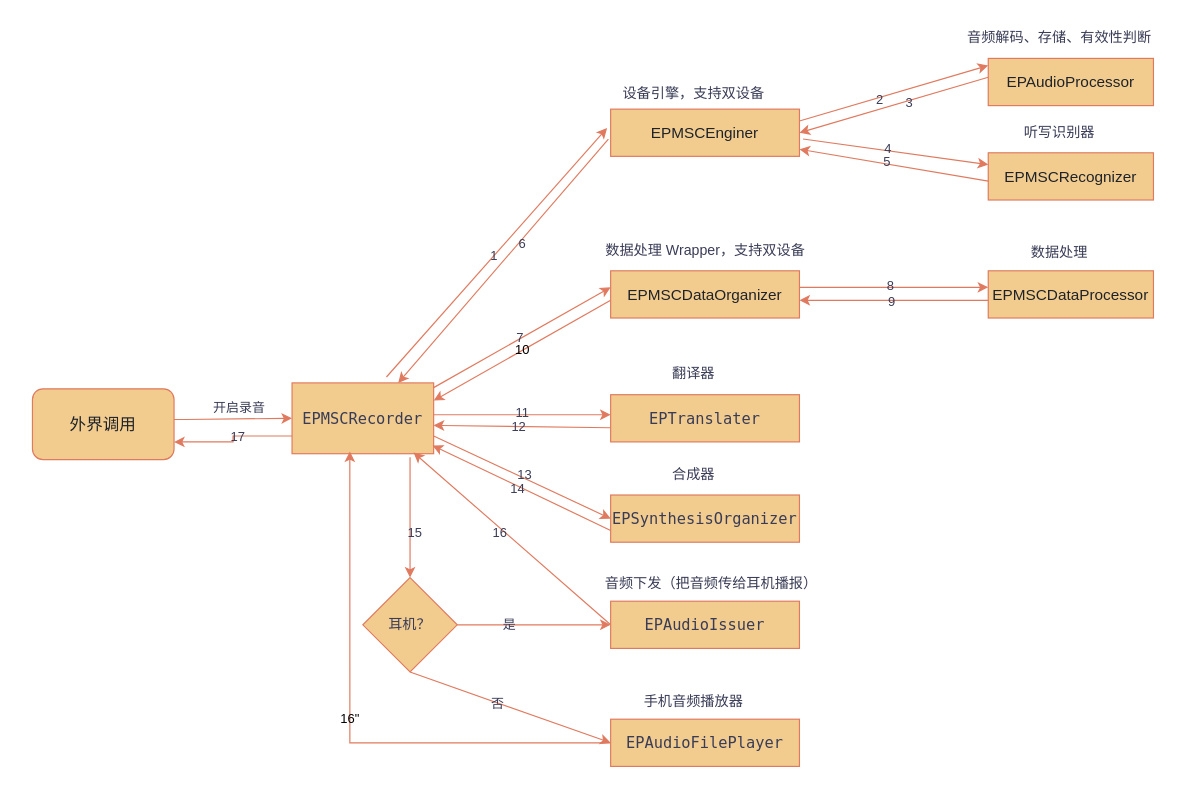
Before: 面翻工具类流转流程.drawio in wanqingrongruo/DrawIO, a draw.io diagram. Source tidied: cells renumbered, new cells numbered last; positions are measured from the earlier drawing's top-left corner, leaving out a move shared by most shapes. Both pictures are drawn from the tidied source at 118%, with x=0, y=0 at pixel (32, 20).
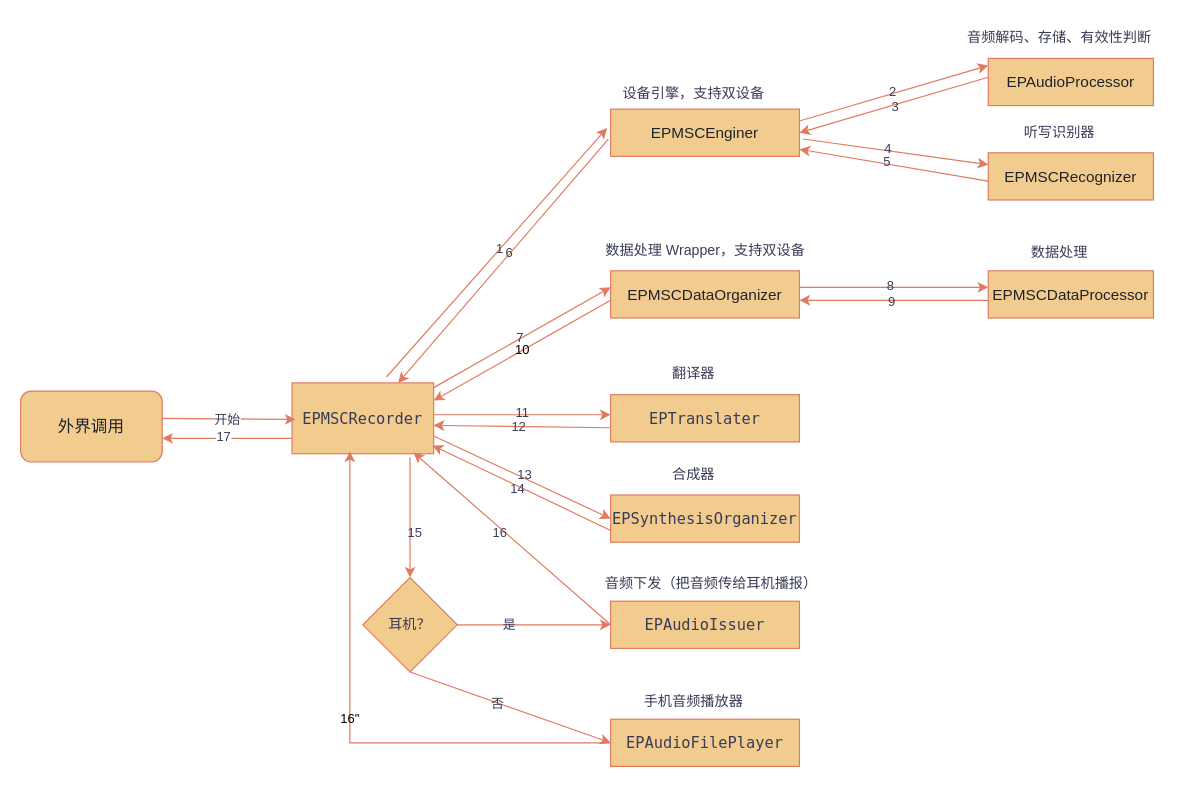
Above is the later version.

Commit message (it also covers changes not shown here):
更新面翻工具类流转流程.drawio

The change refers to these unchanged cells:
```xml
<mxCell id="5" value="&lt;p style=&quot;margin: 0px; font-style: normal; font-variant-caps: normal; font-weight: normal; font-stretch: normal; font-size: 13px; line-height: normal; font-family: Menlo; font-size-adjust: none; font-kerning: auto; font-variant-alternates: normal; font-variant-ligatures: normal; font-variant-numeric: normal; font-variant-east-asian: normal; font-variant-position: normal; font-feature-settings: normal; font-optical-sizing: auto; font-variation-settings: normal;&quot;&gt;EPMSCRecorder&lt;/p&gt;" style="whiteSpace=wrap;html=1;labelBackgroundColor=none;fontColor=#393C56;fillColor=#F2CC8F;strokeColor=#E07A5F;" parent="1" vertex="1">
  <mxGeometry x="220" y="307" width="120" height="60" as="geometry" />
</mxCell>
<mxCell id="13" style="endArrow=classic;html=1;rounded=0;entryX=-0.019;entryY=0.4;entryDx=0;entryDy=0;entryPerimeter=0;labelBackgroundColor=none;strokeColor=#E07A5F;fontColor=default;" parent="1" edge="1" target="6">
  <mxGeometry relative="1" as="geometry">
    <mxPoint x="300" y="302" as="sourcePoint" />
  </mxGeometry>
</mxCell>
<mxCell id="15" style="endArrow=classic;html=1;rounded=0;exitX=1;exitY=0.25;exitDx=0;exitDy=0;entryX=0;entryY=0.25;entryDx=0;entryDy=0;labelBackgroundColor=none;strokeColor=#E07A5F;fontColor=default;" parent="1" edge="1" source="6">
  <mxGeometry relative="1" as="geometry">
    <mxPoint x="810" y="38" as="targetPoint" />
  </mxGeometry>
</mxCell>
<mxCell id="17" style="endArrow=classic;html=1;rounded=0;exitX=0;exitY=0.5;exitDx=0;exitDy=0;entryX=1;entryY=0.5;entryDx=0;entryDy=0;flowAnimation=1;strokeColor=#E07A5F;labelBackgroundColor=none;fontColor=default;" parent="1" edge="1" target="6">
  <mxGeometry relative="1" as="geometry">
    <mxPoint x="810" y="48" as="sourcePoint" />
  </mxGeometry>
</mxCell>
<mxCell id="23" style="endArrow=classic;html=1;rounded=0;exitX=-0.012;exitY=0.633;exitDx=0;exitDy=0;exitPerimeter=0;entryX=0.75;entryY=0;entryDx=0;entryDy=0;flowAnimation=1;strokeColor=#E07A5F;labelBackgroundColor=none;fontColor=default;" parent="1" edge="1" source="6" target="5">
  <mxGeometry relative="1" as="geometry" />
</mxCell>
```

What changed in the source:
```diff
@@
     <mxCell id="2" value="&lt;div style=&quot;text-align: start; font-size: 14px; color: rgb(31, 35, 41);&quot;&gt;&lt;p&gt;外界调用&lt;/p&gt;&lt;/div&gt;&lt;span style=&quot;text-align: start; white-space: pre-wrap;&quot;&gt;&lt;/span&gt;" style="rounded=1;whiteSpace=wrap;html=1;labelBackgroundColor=none;fillColor=#F2CC8F;strokeColor=#E07A5F;fontColor=#393C56;" parent="1" vertex="1">
-      <mxGeometry y="312" width="120" height="60" as="geometry" />
+      <mxGeometry x="-10" y="314" width="120" height="60" as="geometry" />
     </mxCell>
-    <mxCell id="3" style="edgeStyle=orthogonalEdgeStyle;rounded=0;jettySize=auto;html=1;exitX=0;exitY=0.75;exitDx=0;exitDy=0;entryX=1;entryY=0.75;entryDx=0;entryDy=0;flowAnimation=1;strokeColor=#E07A5F;labelBackgroundColor=none;fontColor=default;" parent="1" edge="1" source="5" target="2">
-      <mxGeometry relative="1" as="geometry" />
-    </mxCell>
-    <mxCell id="4" value="17" style="edgeLabel;html=1;align=center;verticalAlign=middle;labelBackgroundColor=none;fontColor=#393C56;" parent="3" vertex="1">
-      <mxGeometry x="-0.1" relative="1" as="geometry" />
-    </mxCell>
@@
-    <mxCell id="11" style="endArrow=classic;html=1;rounded=0;exitX=1;exitY=0.5;exitDx=0;exitDy=0;labelBackgroundColor=none;strokeColor=#E07A5F;fontColor=default;entryX=0;entryY=0.5;entryDx=0;entryDy=0;" parent="1" edge="1" target="5">
-      <mxGeometry relative="1" as="geometry">
-        <mxPoint x="120" y="338" as="sourcePoint" />
-        <Array as="points">
-          <mxPoint x="130" y="338" />
-        </Array>
-      </mxGeometry>
-    </mxCell>
-    <mxCell id="12" value="开启录音" style="edgeLabel;html=1;align=center;verticalAlign=middle;labelBackgroundColor=none;fontColor=#393C56;" parent="11" vertex="1">
-      <mxGeometry x="-0.5" y="2" relative="1" as="geometry">
-        <mxPoint x="30" y="-8" as="offset" />
-      </mxGeometry>
-    </mxCell>
@@
     <mxCell id="14" value="1" style="edgeLabel;html=1;align=center;verticalAlign=middle;labelBackgroundColor=none;fontColor=#393C56;" parent="13" vertex="1">
-      <mxGeometry x="-0.02" y="1" relative="1" as="geometry" />
+      <mxGeometry x="-0.02" y="1" relative="1" as="geometry">
+        <mxPoint x="5" y="-6" as="offset" />
+      </mxGeometry>
     </mxCell>
@@
     <mxCell id="16" value="2" style="edgeLabel;html=1;align=center;verticalAlign=middle;labelBackgroundColor=none;fontColor=#393C56;" parent="15" vertex="1">
-      <mxGeometry x="-0.16" y="-1" relative="1" as="geometry" />
+      <mxGeometry x="-0.16" y="-1" relative="1" as="geometry">
+        <mxPoint x="11" y="-7" as="offset" />
+      </mxGeometry>
     </mxCell>
@@
     <mxCell id="18" value="3" style="edgeLabel;html=1;align=center;verticalAlign=middle;labelBackgroundColor=none;fontColor=#393C56;" parent="17" vertex="1">
-      <mxGeometry x="-0.15" y="2" relative="1" as="geometry" />
+      <mxGeometry x="-0.15" y="2" relative="1" as="geometry">
+        <mxPoint x="-12" y="3" as="offset" />
+      </mxGeometry>
     </mxCell>
@@
     <mxCell id="24" value="6" style="edgeLabel;html=1;align=center;verticalAlign=middle;labelBackgroundColor=none;fontColor=#393C56;" parent="23" vertex="1">
-      <mxGeometry x="-0.16" y="2" relative="1" as="geometry" />
+      <mxGeometry x="-0.16" y="2" relative="1" as="geometry">
+        <mxPoint x="-11" y="8" as="offset" />
+      </mxGeometry>
     </mxCell>
@@
+    <mxCell id="63" style="endArrow=classic;html=1;rounded=0;strokeColor=#E07A5F;fontColor=#393C56;fillColor=#F2CC8F;exitX=0;exitY=0.75;exitDx=0;exitDy=0;flowAnimation=1;entryX=1;entryY=0.633;entryDx=0;entryDy=0;entryPerimeter=0;" parent="1" edge="1">
+      <mxGeometry relative="1" as="geometry">
+        <mxPoint x="220" y="354" as="sourcePoint" />
+        <mxPoint x="110" y="354" as="targetPoint" />
+      </mxGeometry>
+    </mxCell>
+    <mxCell id="4" value="17" style="edgeLabel;html=1;align=center;verticalAlign=middle;strokeColor=#E07A5F;fontColor=#393C56;fillColor=#F2CC8F;" parent="63" vertex="1">
+      <mxGeometry x="-0.04" y="-2" relative="1" as="geometry">
+        <mxPoint x="-6" as="offset" />
+      </mxGeometry>
+    </mxCell>
+    <mxCell id="64" style="endArrow=classic;html=1;rounded=0;strokeColor=#E07A5F;fontColor=#393C56;fillColor=#F2CC8F;exitX=1;exitY=0.25;exitDx=0;exitDy=0;entryX=0.025;entryY=0.383;entryDx=0;entryDy=0;entryPerimeter=0;" parent="1" edge="1">
+      <mxGeometry relative="1" as="geometry">
+        <mxPoint x="110" y="337" as="sourcePoint" />
+        <mxPoint x="223" y="338" as="targetPoint" />
+      </mxGeometry>
+    </mxCell>
+    <mxCell id="65" value="开始" style="edgeLabel;html=1;align=center;verticalAlign=middle;strokeColor=#E07A5F;fontColor=#393C56;fillColor=#F2CC8F;" parent="64" vertex="1">
+      <mxGeometry x="-0.03" relative="1" as="geometry" />
+    </mxCell>
```
